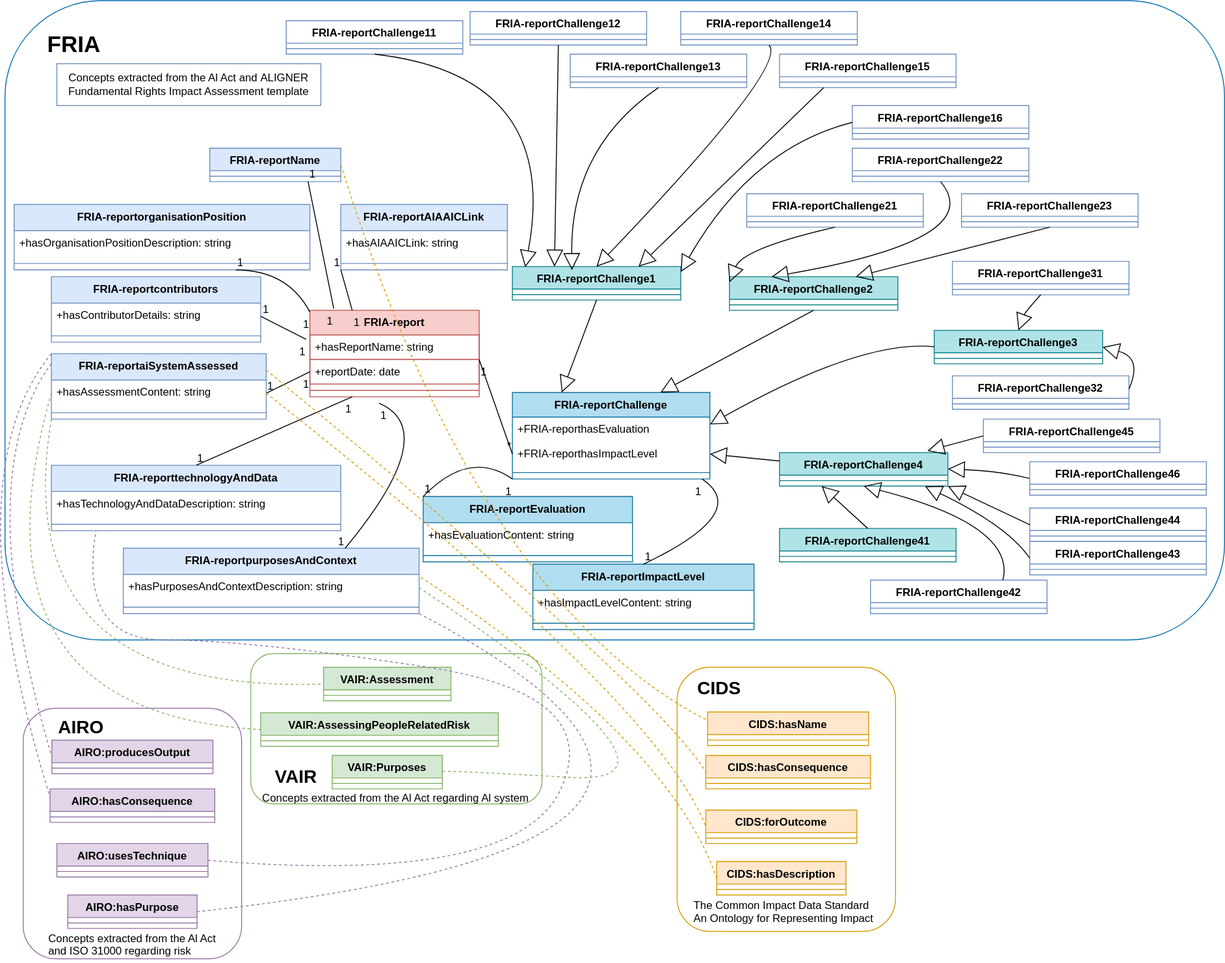
Above: fig/ontology-relationship.drawio.svg in cky008/fria-ontology (draw.io), before the change. Source tidied: cells renumbered, new cells last; positions are measured from the earlier drawing's top-left corner, leaving out a move shared by most shapes.
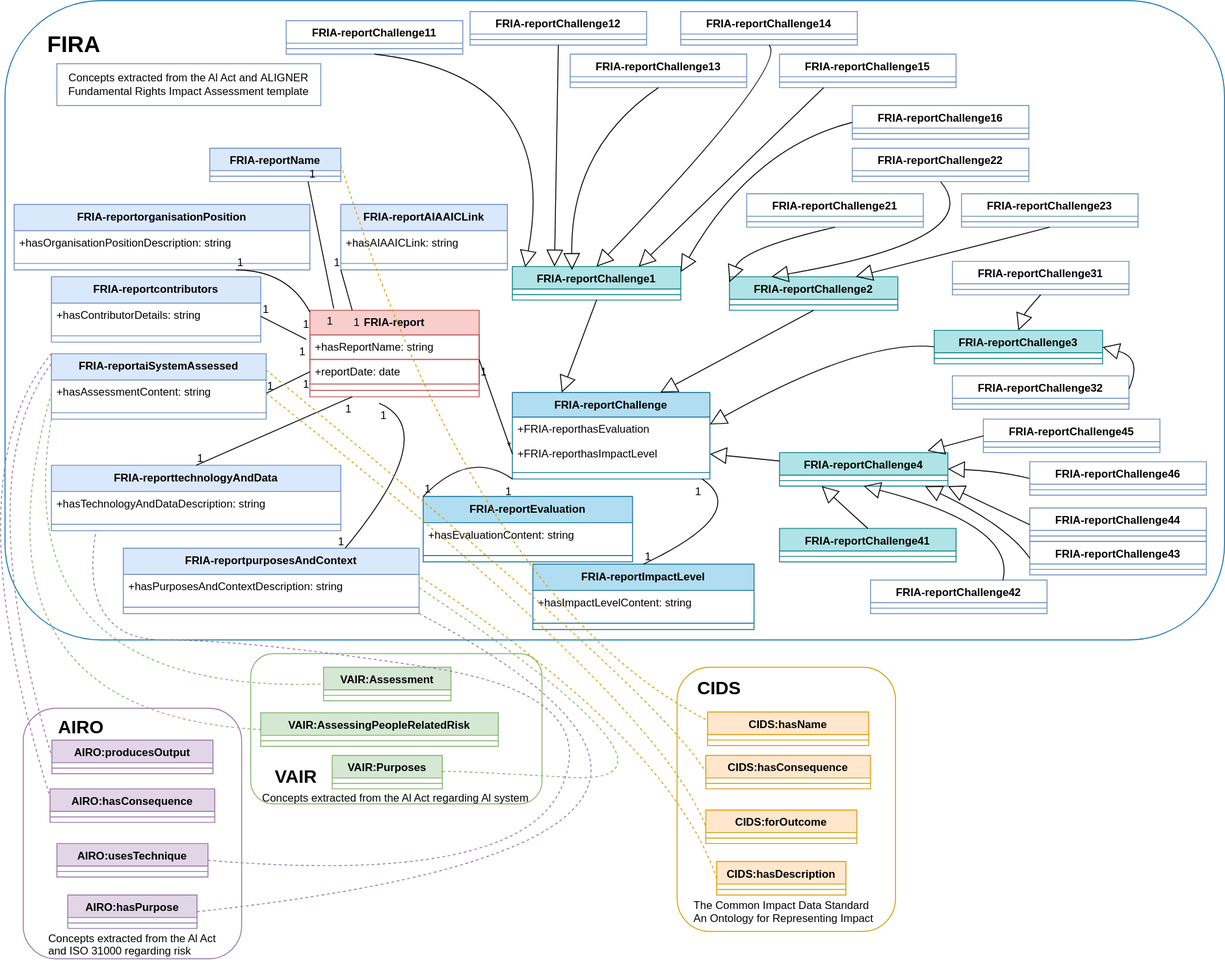
Later version of the same file.

Change to the diagram source:
```diff
@@ -568,7 +568,7 @@
     <mxCell id="155" value="VAIR" style="text;html=1;align=center;verticalAlign=middle;whiteSpace=wrap;rounded=0;fontStyle=1;fontSize=20;" parent="1" vertex="1">
       <mxGeometry x="350" y="835.5" width="60" height="30" as="geometry" />
     </mxCell>
-    <mxCell id="156" value="FRIA" style="text;html=1;align=center;verticalAlign=middle;whiteSpace=wrap;rounded=0;fontStyle=1;fontSize=25;" parent="1" vertex="1">
+    <mxCell id="156" value="FIRA" style="text;html=1;align=center;verticalAlign=middle;whiteSpace=wrap;rounded=0;fontStyle=1;fontSize=25;" parent="1" vertex="1">
       <mxGeometry x="106" y="32" width="60" height="30" as="geometry" />
     </mxCell>
     <mxCell id="157" style="rounded=1;whiteSpace=wrap;html=1;fillColor=none;strokeColor=#d79b00;" parent="1" vertex="1">
```
